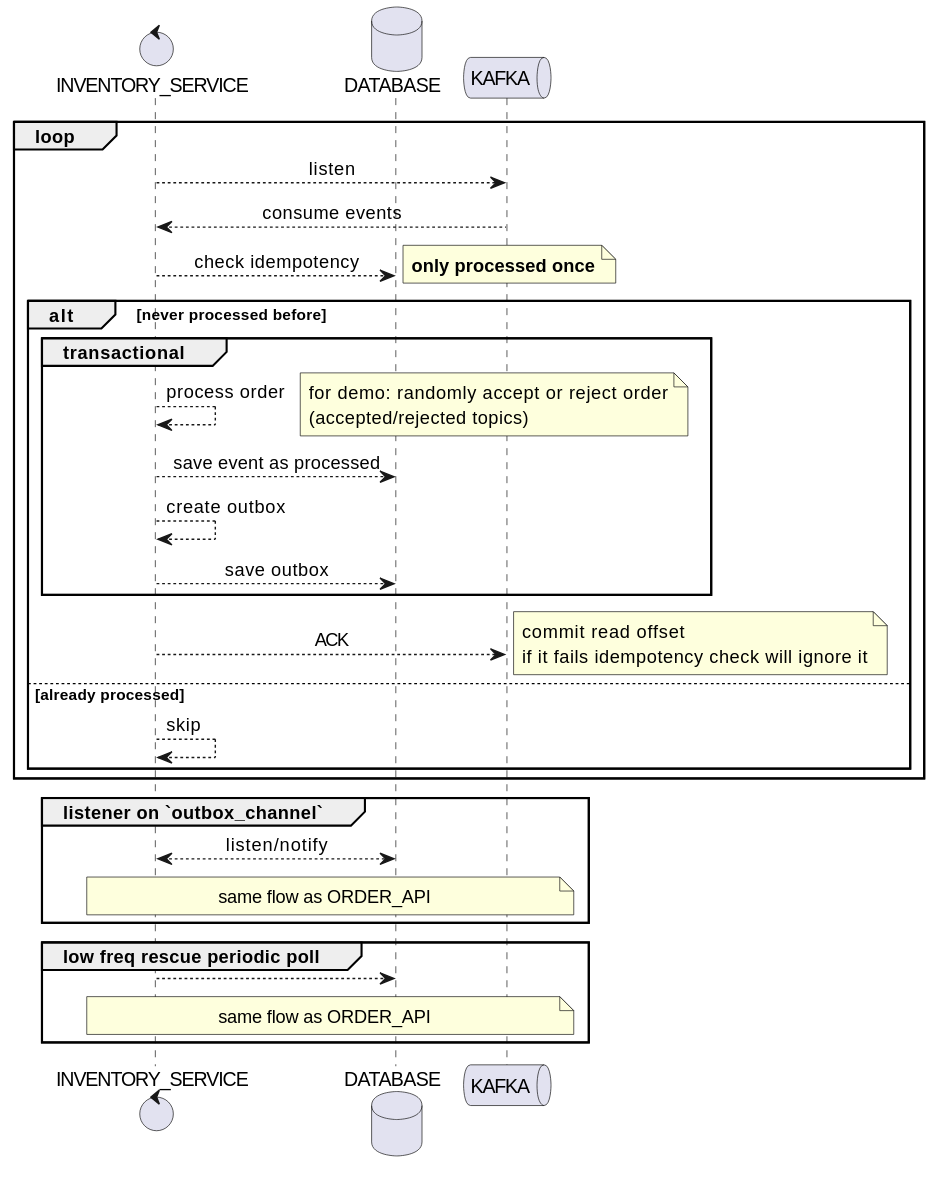
This is docs/inventory_service_seq.svg from 7mza/kafka-demo, a PlantUML export, as it was before one commit.
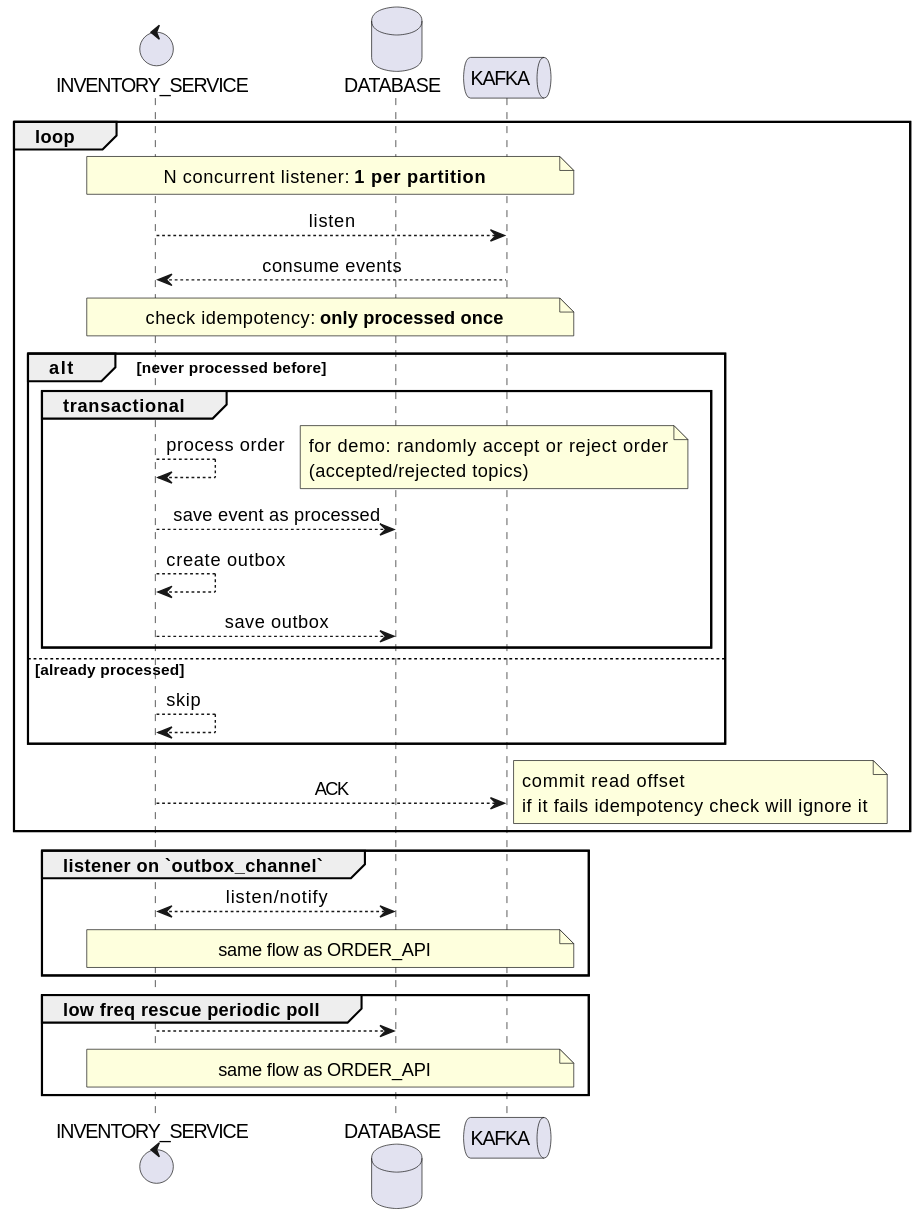
The same file after the commit.

Change to the diagram source:
```diff
@@ -6,10 +6,10 @@
 queue KAFKA as K
 
 loop
+    note across: N concurrent listener: **1 per partition**
     SERVICE --> K: listen
     K --> SERVICE: consume events
-    SERVICE --> DB: check idempotency
-    note right: **only processed once**
+    note across: check idempotency: **only processed once**
     alt never processed before
         group transactional
             SERVICE --> SERVICE: process order
@@ -18,11 +18,11 @@
             SERVICE --> SERVICE: create outbox
             SERVICE --> DB: save outbox
         end
-        SERVICE --> K: ACK
-        note right: commit read offset\nif it fails idempotency check will ignore it
     else already processed
         SERVICE --> SERVICE: skip
     end
+    SERVICE --> K: ACK
+    note right: commit read offset\nif it fails idempotency check will ignore it
 end
 
 group listener on `outbox_channel`
```
